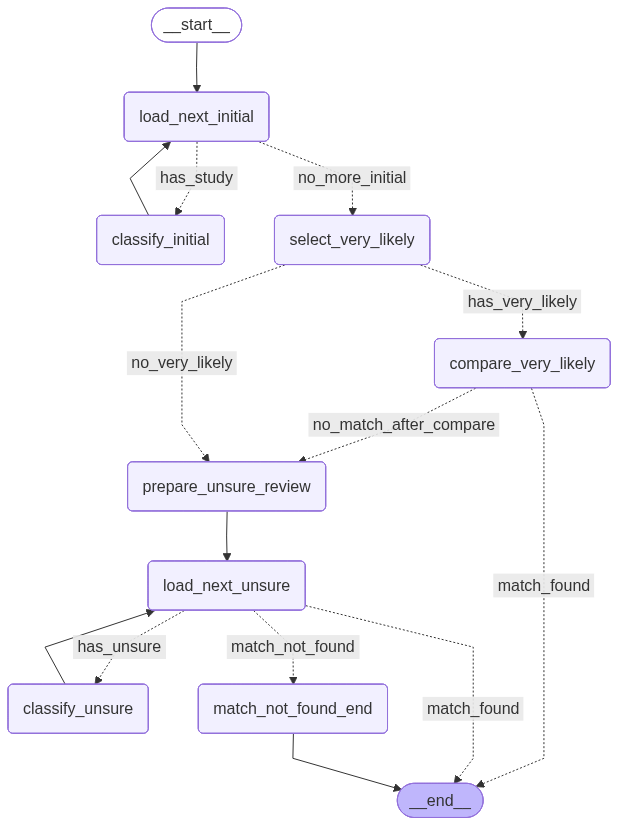
Before: backend/scripts/graph.png, a diagram exported from Mermaid (MaxiMittel/medidex). Its source is kept beside it as backend/scripts/graph.mmd.
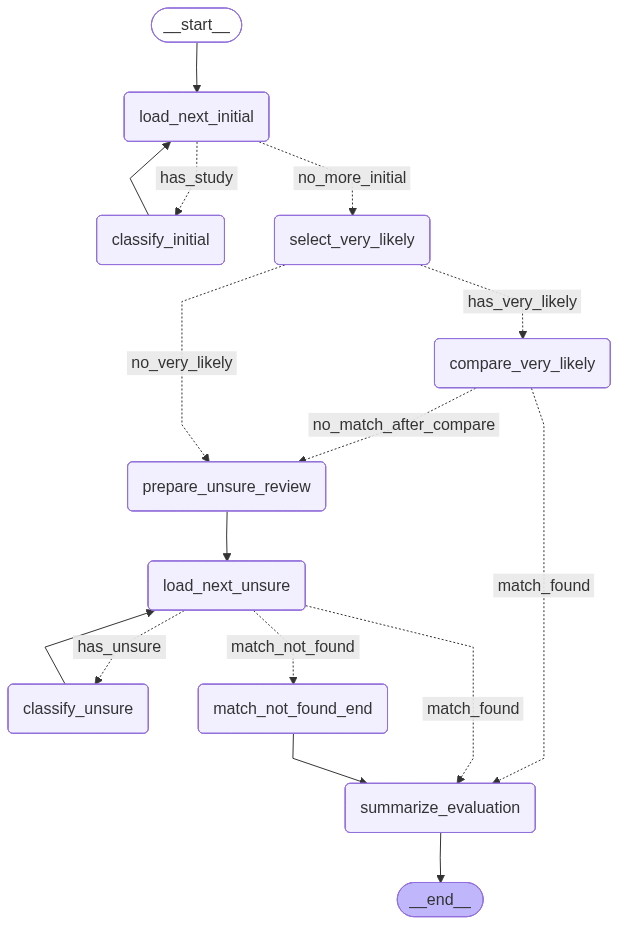
After the commit.

What changed in the source:
```diff
@@ -13,21 +13,23 @@
 	load_next_unsure(load_next_unsure)
 	classify_unsure(classify_unsure)
 	match_not_found_end(match_not_found_end)
+	summarize_evaluation(summarize_evaluation)
 	__end__([<p>__end__</p>]):::last
 	__start__ --> load_next_initial;
 	classify_initial --> load_next_initial;
 	classify_unsure --> load_next_unsure;
-	compare_very_likely -. &nbsp;match_found&nbsp; .-> __end__;
 	compare_very_likely -. &nbsp;no_match_after_compare&nbsp; .-> prepare_unsure_review;
+	compare_very_likely -. &nbsp;match_found&nbsp; .-> summarize_evaluation;
 	load_next_initial -. &nbsp;has_study&nbsp; .-> classify_initial;
 	load_next_initial -. &nbsp;no_more_initial&nbsp; .-> select_very_likely;
-	load_next_unsure -. &nbsp;match_found&nbsp; .-> __end__;
 	load_next_unsure -. &nbsp;has_unsure&nbsp; .-> classify_unsure;
 	load_next_unsure -. &nbsp;match_not_found&nbsp; .-> match_not_found_end;
+	load_next_unsure -. &nbsp;match_found&nbsp; .-> summarize_evaluation;
+	match_not_found_end --> summarize_evaluation;
 	prepare_unsure_review --> load_next_unsure;
 	select_very_likely -. &nbsp;has_very_likely&nbsp; .-> compare_very_likely;
 	select_very_likely -. &nbsp;no_very_likely&nbsp; .-> prepare_unsure_review;
-	match_not_found_end --> __end__;
+	summarize_evaluation --> __end__;
 	classDef default fill:#f2f0ff,line-height:1.2
 	classDef first fill-opacity:0
 	classDef last fill:#bfb6fc
```
